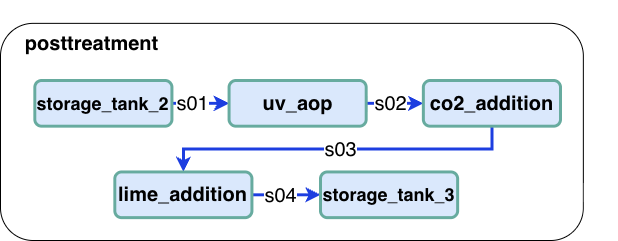
adam-a-a/watertap keeps this draw.io diagram as docs/_static/flowsheets/SW_RO_fs_posttreat.png. Above is the earlier version. Source tidied: cells renumbered, new cells last; positions are measured from the earlier drawing's top-left corner, leaving out a move shared by most shapes.
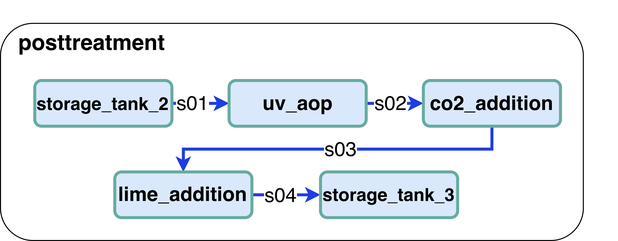
The same diagram one commit later.

Change to the diagram source:
```diff
@@ -55,8 +55,8 @@
     <mxCell id="16" value="storage_tank_3" style="rounded=1;whiteSpace=wrap;html=1;fillColor=#dae8fc;strokeColor=#67AB9F;strokeWidth=3;fontFamily=Helvetica;fontStyle=1;fontSize=18;" parent="2" vertex="1">
       <mxGeometry x="320" y="171.4" width="137.1" height="45.7" as="geometry" />
     </mxCell>
-    <mxCell id="17" value="posttreatment" style="text;html=1;align=center;verticalAlign=middle;strokeColor=none;fillColor=none;fontSize=20;fontStyle=1;fontFamily=Helvetica;" parent="2" vertex="1">
-      <mxGeometry x="16.4" y="22.9" width="150" height="40" as="geometry" />
+    <mxCell id="17" value="posttreatment" style="text;html=1;align=center;verticalAlign=middle;strokeColor=none;fillColor=none;fontSize=22;fontStyle=1;fontFamily=Helvetica;" parent="2" vertex="1">
+      <mxGeometry x="11.4" y="22.9" width="160" height="40" as="geometry" />
     </mxCell>
   </root>
 </mxGraphModel>
```
